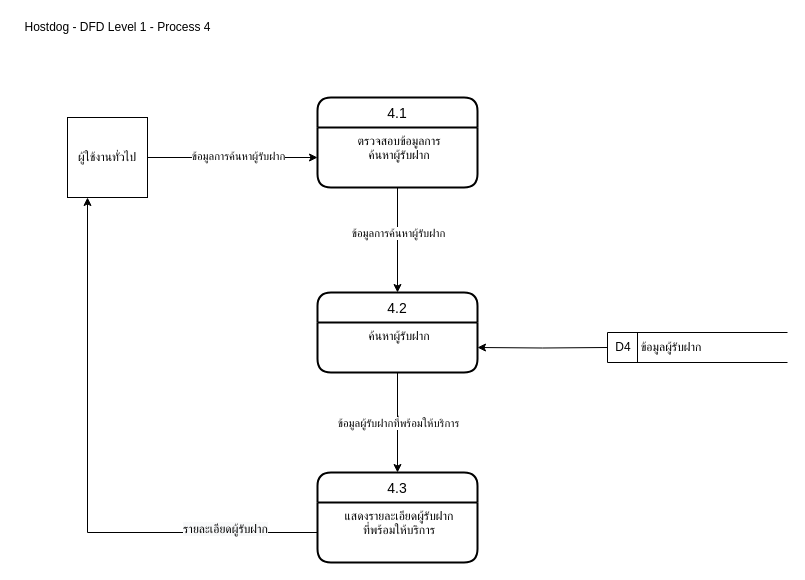
Earlier version of the draw.io diagram page "process4" (4 of 10) of ProjectProcesses/HostDog_5DFD/DFD-V2.drawio (Hostdogs/Project_Hostdog). Source tidied: cells renumbered, new cells numbered last; positions are measured from the earlier drawing's top-left corner, leaving out a move shared by most shapes. Both pictures are drawn from the tidied source at 100%, with x=0, y=0 at pixel (17, 17).
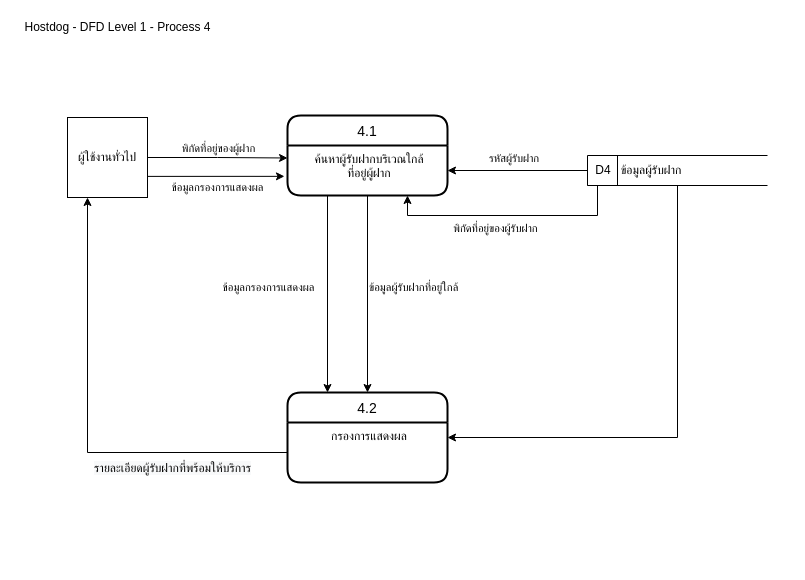
The same diagram, later.

Unchanged cells that the change refers to:
```xml
<mxCell id="10" style="endArrow=classic;html=1;exitX=0.5;exitY=1;exitDx=0;exitDy=0;entryX=0.5;entryY=0;entryDx=0;entryDy=0;" parent="1" edge="1" source="5" target="6">
  <mxGeometry relative="1" as="geometry" />
</mxCell>
<mxCell id="14" value="ผู้ใช้งานทั่วไป" style="whiteSpace=wrap;html=1;align=center;" parent="1" vertex="1">
  <mxGeometry x="50" y="100" width="80" height="80" as="geometry" />
</mxCell>
<mxCell id="15" style="edgeStyle=orthogonalEdgeStyle;rounded=0;jettySize=auto;html=1;entryX=0.25;entryY=1;entryDx=0;entryDy=0;" parent="1" edge="1" source="7" target="14">
  <mxGeometry relative="1" as="geometry" />
</mxCell>
```

What changed in the source:
```diff
@@
-    <mxCell id="2" value="4.1" style="swimlane;horizontal=1;startSize=30;rounded=1;fontSize=14;fontStyle=0;strokeWidth=2;shadow=0;dashed=0;align=center;" parent="1" vertex="1">
-      <mxGeometry x="300" y="80" width="160" height="90" as="geometry" />
-    </mxCell>
-    <mxCell id="3" value="ตรวจสอบข้อมูลการ&#10;ค้นหาผู้รับฝาก" style="align=center;strokeColor=none;fillColor=none;spacingLeft=4;fontSize=12;verticalAlign=top;" parent="2" vertex="1">
-      <mxGeometry y="30" width="160" height="60" as="geometry" />
-    </mxCell>
-    <mxCell id="4" value="4.2" style="swimlane;horizontal=1;startSize=30;rounded=1;fontSize=14;fontStyle=0;strokeWidth=2;shadow=0;dashed=0;align=center;" parent="1" vertex="1">
-      <mxGeometry x="300" y="275" width="160" height="80" as="geometry" />
+    <mxCell id="4" value="4.1" style="swimlane;horizontal=1;startSize=30;rounded=1;fontSize=14;fontStyle=0;strokeWidth=2;shadow=0;dashed=0;align=center;" parent="1" vertex="1">
+      <mxGeometry x="270" y="98" width="160" height="80" as="geometry" />
     </mxCell>
-    <mxCell id="5" value="ค้นหาผู้รับฝาก&#10;" style="align=center;strokeColor=none;fillColor=none;spacingLeft=4;fontSize=12;verticalAlign=top;" parent="4" vertex="1">
+    <mxCell id="5" value="ค้นหาผู้รับฝากบริเวณใกล้&#10;ที่อยู่ผู้ฝาก" style="align=center;strokeColor=none;fillColor=none;spacingLeft=4;fontSize=12;verticalAlign=top;" parent="4" vertex="1">
       <mxGeometry y="30" width="160" height="50" as="geometry" />
     </mxCell>
-    <mxCell id="6" value="4.3" style="swimlane;horizontal=1;startSize=30;rounded=1;fontSize=14;fontStyle=0;strokeWidth=2;shadow=0;dashed=0;align=center;" parent="1" vertex="1">
-      <mxGeometry x="300" y="455" width="160" height="90" as="geometry" />
+    <mxCell id="6" value="4.2" style="swimlane;horizontal=1;startSize=30;rounded=1;fontSize=14;fontStyle=0;strokeWidth=2;shadow=0;dashed=0;align=center;" parent="1" vertex="1">
+      <mxGeometry x="270" y="375" width="160" height="90" as="geometry" />
     </mxCell>
-    <mxCell id="7" value="แสดงรายละเอียดผู้รับฝาก&#10;ที่พร้อมให้บริการ" style="align=center;strokeColor=none;fillColor=none;spacingLeft=4;fontSize=12;verticalAlign=top;" parent="6" vertex="1">
+    <mxCell id="7" value="กรองการแสดงผล" style="align=center;strokeColor=none;fillColor=none;spacingLeft=4;fontSize=12;verticalAlign=top;" parent="6" vertex="1">
       <mxGeometry y="30" width="160" height="60" as="geometry" />
     </mxCell>
-    <mxCell id="8" style="endArrow=classic;html=1;exitX=0.5;exitY=1;exitDx=0;exitDy=0;entryX=0.5;entryY=0;entryDx=0;entryDy=0;" parent="1" edge="1" source="3" target="4">
-      <mxGeometry relative="1" as="geometry" />
-    </mxCell>
-    <mxCell id="9" value="ข้อมูลการค้นหาผู้รับฝาก" style="edgeLabel;html=1;align=center;verticalAlign=middle;" parent="8" vertex="1">
-      <mxGeometry x="-0.38" y="2" relative="1" as="geometry">
-        <mxPoint x="-2" y="12" as="offset" />
-      </mxGeometry>
-    </mxCell>
@@
-    <mxCell id="11" value="ข้อมูลผู้รับฝากที่พร้อมให้บริการ" style="edgeLabel;html=1;align=center;verticalAlign=middle;" parent="10" vertex="1">
+    <mxCell id="11" value="ข้อมูลผู้รับฝากที่อยู่ใกล้" style="edgeLabel;html=1;align=left;verticalAlign=middle;" parent="10" vertex="1">
       <mxGeometry x="-0.2" y="-3" relative="1" as="geometry">
-        <mxPoint x="3" y="10" as="offset" />
+        <mxPoint x="3" y="12.8" as="offset" />
       </mxGeometry>
     </mxCell>
-    <mxCell id="12" style="edgeStyle=orthogonalEdgeStyle;rounded=0;jettySize=auto;html=1;entryX=0;entryY=0.5;entryDx=0;entryDy=0;" parent="1" edge="1" source="14" target="3">
-      <mxGeometry relative="1" as="geometry">
-        <Array as="points">
-          <mxPoint x="300" y="140" />
-        </Array>
-      </mxGeometry>
-    </mxCell>
-    <mxCell id="13" value="ข้อมูลการค้นหาผู้รับฝาก" style="edgeLabel;html=1;align=center;verticalAlign=middle;" parent="12" vertex="1">
-      <mxGeometry x="0.34" y="2" relative="1" as="geometry">
-        <mxPoint x="-24" as="offset" />
-      </mxGeometry>
-    </mxCell>
+    <mxCell id="20" style="edgeStyle=orthogonalEdgeStyle;rounded=0;jettySize=auto;html=1;entryX=0;entryY=0.25;entryDx=0;entryDy=0;" parent="1" edge="1" source="14" target="5">
+      <mxGeometry relative="1" as="geometry" />
+    </mxCell>
+    <mxCell id="21" value="&lt;div style=&quot;text-align: left&quot;&gt;พิกัดที่อยู่ของผู้ฝาก&lt;/div&gt;" style="edgeLabel;html=1;align=center;verticalAlign=middle;" parent="20" vertex="1">
+      <mxGeometry x="-0.35" y="1" relative="1" as="geometry">
+        <mxPoint x="24.2" y="-9" as="offset" />
+      </mxGeometry>
+    </mxCell>
+    <mxCell id="22" style="edgeStyle=orthogonalEdgeStyle;rounded=0;jettySize=auto;html=1;exitX=1;exitY=0.75;exitDx=0;exitDy=0;entryX=-0.019;entryY=0.617;entryDx=0;entryDy=0;entryPerimeter=0;labelPosition=center;verticalLabelPosition=bottom;align=center;verticalAlign=top;" parent="1" edge="1" source="14" target="5">
+      <mxGeometry relative="1" as="geometry">
+        <Array as="points">
+          <mxPoint x="130" y="159" />
+        </Array>
+      </mxGeometry>
+    </mxCell>
+    <mxCell id="23" value="ข้อมูลกรองการแสดงผล" style="edgeLabel;html=1;align=center;verticalAlign=top;labelPosition=center;verticalLabelPosition=bottom;" parent="22" vertex="1">
+      <mxGeometry x="-0.26" y="2" relative="1" as="geometry">
+        <mxPoint x="19.2" as="offset" />
+      </mxGeometry>
+    </mxCell>
@@
-    <mxCell id="16" value="&lt;span style=&quot;font-size: 12px ; background-color: rgb(248 , 249 , 250)&quot;&gt;รายละเอียดผู้รับฝาก&lt;/span&gt;" style="edgeLabel;html=1;align=center;verticalAlign=middle;" parent="15" vertex="1">
-      <mxGeometry x="-0.67" y="-4" relative="1" as="geometry" />
+    <mxCell id="16" value="&lt;span style=&quot;font-size: 12px ; background-color: rgb(248 , 249 , 250)&quot;&gt;รายละเอียดผู้รับฝากที่พร้อมให้บริการ&lt;/span&gt;" style="edgeLabel;html=1;align=center;verticalAlign=middle;" parent="15" vertex="1">
+      <mxGeometry x="-0.67" y="-4" relative="1" as="geometry">
+        <mxPoint x="-40.8" y="19" as="offset" />
+      </mxGeometry>
     </mxCell>
-    <mxCell id="17" style="edgeStyle=orthogonalEdgeStyle;rounded=0;jettySize=auto;html=1;entryX=1;entryY=0.5;entryDx=0;entryDy=0;" parent="1" edge="1" target="5">
-      <mxGeometry relative="1" as="geometry">
-        <mxPoint x="590" y="330" as="sourcePoint" />
-      </mxGeometry>
+    <mxCell id="17" style="edgeStyle=orthogonalEdgeStyle;rounded=0;jettySize=auto;html=1;entryX=1;entryY=0.5;entryDx=0;entryDy=0;exitX=0;exitY=0.5;exitDx=0;exitDy=0;" parent="1" edge="1" source="18" target="5">
+      <mxGeometry relative="1" as="geometry" />
     </mxCell>
+    <mxCell id="24" value="รหัสผู้รับฝาก&lt;br&gt;" style="edgeLabel;html=1;align=left;verticalAlign=middle;" parent="17" vertex="1">
+      <mxGeometry x="0.23" y="-2" relative="1" as="geometry">
+        <mxPoint x="-14.2" y="-11" as="offset" />
+      </mxGeometry>
+    </mxCell>
+    <mxCell id="25" style="edgeStyle=orthogonalEdgeStyle;rounded=0;jettySize=auto;html=1;entryX=1;entryY=0.25;entryDx=0;entryDy=0;" parent="1" edge="1" source="18" target="7">
+      <mxGeometry relative="1" as="geometry">
+        <Array as="points">
+          <mxPoint x="660" y="420" />
+        </Array>
+      </mxGeometry>
+    </mxCell>
+    <mxCell id="26" style="edgeStyle=orthogonalEdgeStyle;rounded=0;jettySize=auto;html=1;exitX=0;exitY=1;exitDx=0;exitDy=0;entryX=0.75;entryY=1;entryDx=0;entryDy=0;" parent="1" edge="1" source="18" target="5">
+      <mxGeometry relative="1" as="geometry">
+        <Array as="points">
+          <mxPoint x="580" y="168" />
+          <mxPoint x="580" y="198" />
+          <mxPoint x="390" y="198" />
+        </Array>
+      </mxGeometry>
+    </mxCell>
+    <mxCell id="27" value="พิกัดที่อยู่ของผู้รับฝาก" style="edgeLabel;html=1;align=center;verticalAlign=middle;" parent="26" vertex="1">
+      <mxGeometry x="0.23" y="-2" relative="1" as="geometry">
+        <mxPoint x="11.7" y="14" as="offset" />
+      </mxGeometry>
+    </mxCell>
     <mxCell id="18" value="&amp;nbsp;D4&amp;nbsp; &amp;nbsp;ข้อมูลผู้รับฝาก" style="html=1;dashed=0;whitespace=wrap;shape=mxgraph.dfd.dataStoreID;align=left;spacingLeft=3;points=[[0,0],[0.5,0],[1,0],[0,0.5],[1,0.5],[0,1],[0.5,1],[1,1]];" parent="1" vertex="1">
-      <mxGeometry x="590" y="315" width="180" height="30" as="geometry" />
+      <mxGeometry x="570" y="138" width="180" height="30" as="geometry" />
     </mxCell>
@@
+    <mxCell id="28" style="edgeStyle=orthogonalEdgeStyle;rounded=0;jettySize=auto;html=1;exitX=0.25;exitY=1;exitDx=0;exitDy=0;entryX=0.25;entryY=0;entryDx=0;entryDy=0;" parent="1" edge="1" source="5" target="6">
+      <mxGeometry relative="1" as="geometry" />
+    </mxCell>
+    <mxCell id="29" value="ข้อมูลกรองการแสดงผล" style="edgeLabel;html=1;align=center;verticalAlign=middle;" parent="28" vertex="1">
+      <mxGeometry x="-0.15" y="2" relative="1" as="geometry">
+        <mxPoint x="-62" y="7.8" as="offset" />
+      </mxGeometry>
+    </mxCell>
```
